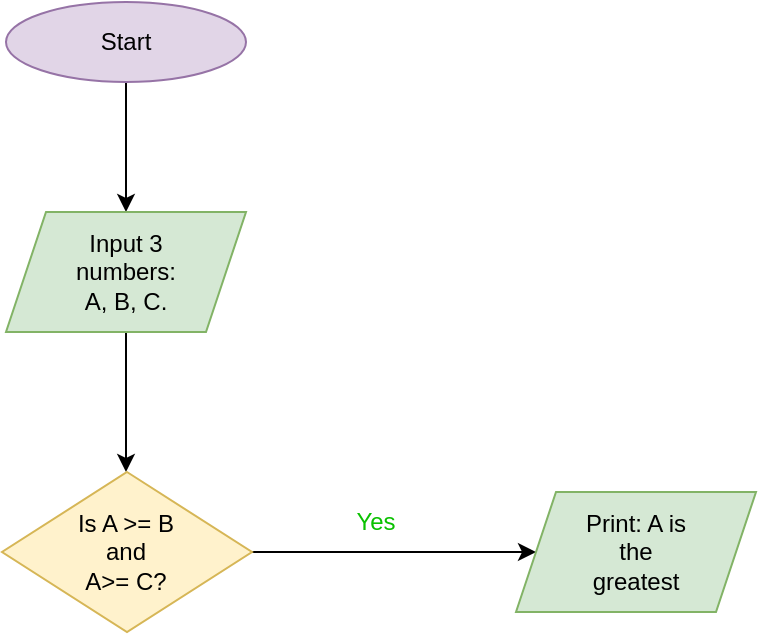
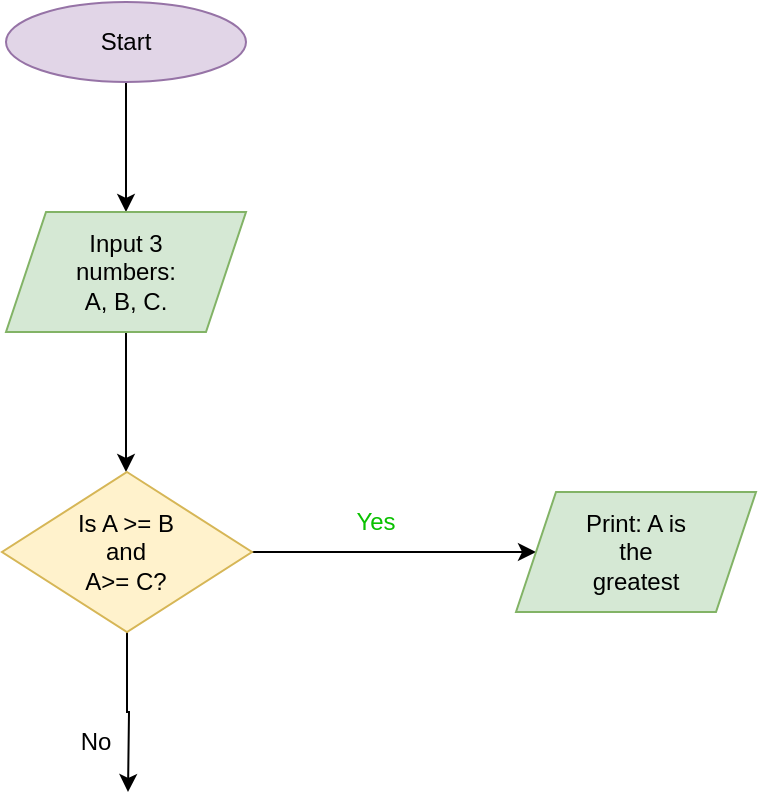
<mxfile host="app.diagrams.net">
  <diagram name="Page-1" id="JjNYBZxv__VariUKnO1o">
    <mxGraphModel dx="774" dy="2651" grid="1" gridSize="10" guides="1" tooltips="1" connect="1" arrows="1" fold="1" page="1" pageScale="1" pageWidth="850" pageHeight="1100" math="0" shadow="0">
      <root>
        <mxCell id="0" />
        <mxCell id="1" parent="0" />
        <mxCell id="4Aibpl8ResCS7P7MgqHY-4" edge="1" parent="1" source="diZT_lCHEcT7JEw0Gm0p-1" style="edgeStyle=orthogonalEdgeStyle;rounded=0;orthogonalLoop=1;jettySize=auto;html=1;exitX=0.5;exitY=1;exitDx=0;exitDy=0;">
          <mxGeometry relative="1" as="geometry">
            <mxPoint x="425" y="-2080" as="targetPoint" />
          </mxGeometry>
        </mxCell>
        <mxCell id="diZT_lCHEcT7JEw0Gm0p-1" parent="1" style="ellipse;whiteSpace=wrap;html=1;fillColor=#e1d5e7;strokeColor=#9673a6;" value="" vertex="1">
          <mxGeometry height="40" width="120" x="365" y="-2185" as="geometry" />
        </mxCell>
        <mxCell id="4Aibpl8ResCS7P7MgqHY-1" parent="1" style="text;html=1;whiteSpace=wrap;strokeColor=none;fillColor=none;align=center;verticalAlign=middle;rounded=0;" value="Start" vertex="1">
          <mxGeometry height="30" width="60" x="395" y="-2180" as="geometry" />
        </mxCell>
        <mxCell id="4Aibpl8ResCS7P7MgqHY-9" edge="1" parent="1" source="4Aibpl8ResCS7P7MgqHY-5" style="edgeStyle=orthogonalEdgeStyle;rounded=0;orthogonalLoop=1;jettySize=auto;html=1;exitX=0.5;exitY=1;exitDx=0;exitDy=0;">
          <mxGeometry relative="1" as="geometry">
            <mxPoint x="425" y="-1950" as="targetPoint" />
          </mxGeometry>
        </mxCell>
        <mxCell id="4Aibpl8ResCS7P7MgqHY-5" parent="1" style="shape=parallelogram;perimeter=parallelogramPerimeter;whiteSpace=wrap;html=1;fixedSize=1;fillColor=#d5e8d4;strokeColor=#82b366;" value="" vertex="1">
          <mxGeometry height="60" width="120" x="365" y="-2080" as="geometry" />
        </mxCell>
        <mxCell id="4Aibpl8ResCS7P7MgqHY-6" parent="1" style="text;html=1;whiteSpace=wrap;strokeColor=none;fillColor=none;align=center;verticalAlign=middle;rounded=0;" value="Input 3 numbers: A, B, C." vertex="1">
          <mxGeometry height="30" width="60" x="395" y="-2065" as="geometry" />
        </mxCell>
        <mxCell id="4Aibpl8ResCS7P7MgqHY-13" edge="1" parent="1" source="4Aibpl8ResCS7P7MgqHY-11" style="edgeStyle=orthogonalEdgeStyle;rounded=0;orthogonalLoop=1;jettySize=auto;html=1;exitX=1;exitY=0.5;exitDx=0;exitDy=0;">
          <mxGeometry relative="1" as="geometry">
            <mxPoint x="630" y="-1910" as="targetPoint" />
          </mxGeometry>
        </mxCell>
+         <mxCell id="Ro31n1QqGdBNYgxVjA73-4" edge="1" parent="1" source="4Aibpl8ResCS7P7MgqHY-11" style="edgeStyle=orthogonalEdgeStyle;rounded=0;orthogonalLoop=1;jettySize=auto;html=1;exitX=0.5;exitY=1;exitDx=0;exitDy=0;">
+           <mxGeometry relative="1" as="geometry">
+             <mxPoint x="426" y="-1790" as="targetPoint" />
+           </mxGeometry>
+         </mxCell>
        <mxCell id="4Aibpl8ResCS7P7MgqHY-11" parent="1" style="rhombus;whiteSpace=wrap;html=1;fillColor=#fff2cc;strokeColor=#d6b656;" value="" vertex="1">
          <mxGeometry height="80" width="125" x="363" y="-1950" as="geometry" />
        </mxCell>
        <mxCell id="4Aibpl8ResCS7P7MgqHY-12" parent="1" style="text;html=1;whiteSpace=wrap;strokeColor=none;fillColor=none;align=center;verticalAlign=middle;rounded=0;" value="Is A &amp;gt;= B and&lt;div&gt;A&amp;gt;= C?&lt;/div&gt;" vertex="1">
          <mxGeometry height="30" width="60" x="395" y="-1925" as="geometry" />
        </mxCell>
        <mxCell id="Ro31n1QqGdBNYgxVjA73-1" parent="1" style="text;html=1;whiteSpace=wrap;strokeColor=none;fillColor=none;align=center;verticalAlign=middle;rounded=0;fontColor=#0AC100;" value="Yes" vertex="1">
          <mxGeometry height="30" width="60" x="520" y="-1940" as="geometry" />
        </mxCell>
        <mxCell id="Ro31n1QqGdBNYgxVjA73-2" parent="1" style="shape=parallelogram;perimeter=parallelogramPerimeter;whiteSpace=wrap;html=1;fixedSize=1;fillColor=#d5e8d4;strokeColor=#82b366;" value="" vertex="1">
          <mxGeometry height="60" width="120" x="620" y="-1940" as="geometry" />
        </mxCell>
        <mxCell id="Ro31n1QqGdBNYgxVjA73-3" parent="1" style="text;html=1;whiteSpace=wrap;strokeColor=none;fillColor=none;align=center;verticalAlign=middle;rounded=0;" value="Print: A is the greatest" vertex="1">
          <mxGeometry height="30" width="60" x="650" y="-1925" as="geometry" />
        </mxCell>
+         <mxCell id="Ro31n1QqGdBNYgxVjA73-5" parent="1" style="text;html=1;whiteSpace=wrap;strokeColor=none;fillColor=none;align=center;verticalAlign=middle;rounded=0;" value="No" vertex="1">
+           <mxGeometry height="30" width="60" x="380" y="-1830" as="geometry" />
+         </mxCell>
      </root>
    </mxGraphModel>
  </diagram>
</mxfile>
